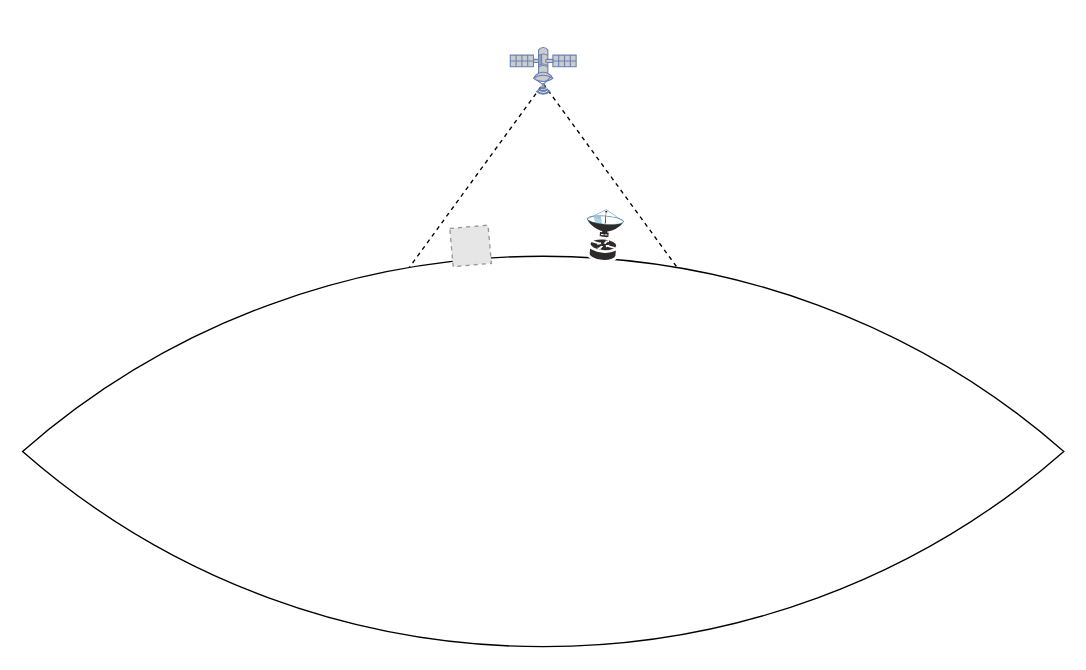
Before: Topology scenario 1.drawio in Mast3rwaf1z/p4, a draw.io diagram. Source tidied: cells renumbered, new cells numbered last; positions are measured from the earlier drawing's top-left corner, leaving out a move shared by most shapes. Both pictures are drawn from the tidied source at 137%, with x=0, y=0 at pixel (282, -70). Pictures stored in the file or linked from it are replaced by grey dashed boxes.
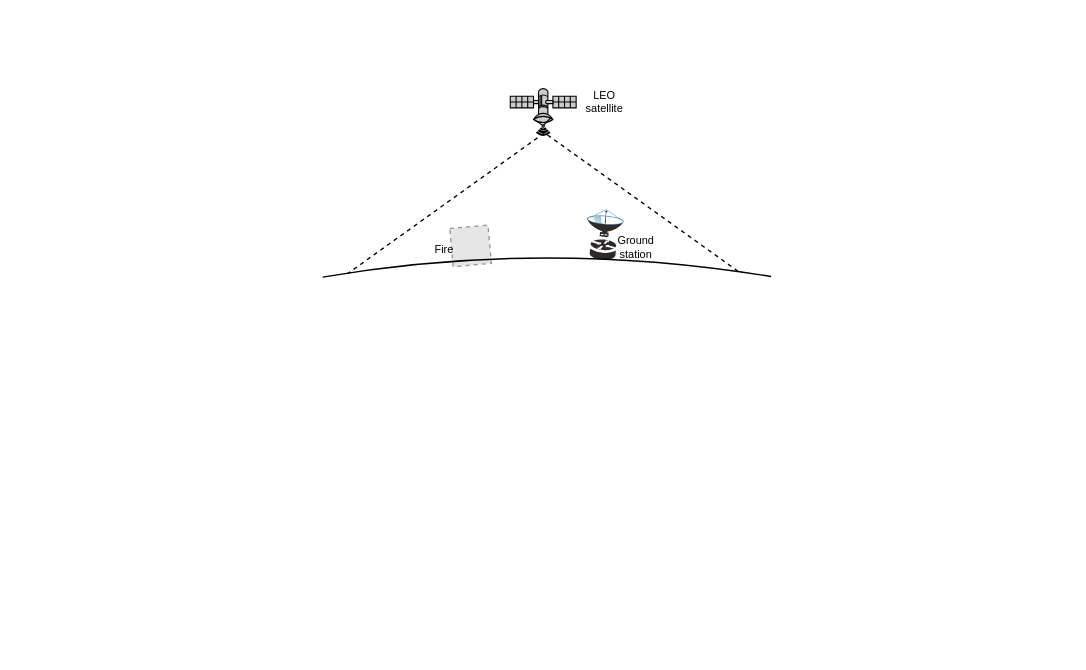
Above is the later version.

What changed in the source:
```diff
@@
 <mxGraphModel>
   <root>
     <mxCell id="0" />
     <mxCell id="1" parent="0" />
     <mxCell id="2" style="triangle;whiteSpace=wrap;html=1;fillColor=none;dashed=1;rotation=-90;" parent="1" vertex="1">
-      <mxGeometry x="110" y="75" width="160" height="233.1" as="geometry" />
+      <mxGeometry x="128.9" y="36" width="124.1" height="347" as="geometry" />
     </mxCell>
-    <mxCell id="3" style="whiteSpace=wrap;html=1;shape=mxgraph.basic.pointed_oval;fillColor=default;rotation=-90;" parent="1" vertex="1">
-      <mxGeometry width="380" height="760" as="geometry" />
-    </mxCell>
+    <mxCell id="7" style="ellipse;whiteSpace=wrap;html=1;fontSize=8;fillColor=default;strokeColor=none;" parent="1" vertex="1">
+      <mxGeometry x="-15" y="239" width="415" height="80" as="geometry" />
+    </mxCell>
-    <mxCell id="4" style="fontColor=#0066CC;verticalAlign=top;verticalLabelPosition=bottom;labelPosition=center;align=center;html=1;fillColor=#CCCCCC;strokeColor=#6881B3;gradientColor=none;gradientDirection=north;strokeWidth=2;shape=mxgraph.networks.satellite;rotation=-45;" parent="1" vertex="1">
-      <mxGeometry x="170" y="75" width="40" height="40" as="geometry" />
+    <mxCell id="4" style="fontColor=#0066CC;verticalAlign=top;verticalLabelPosition=bottom;labelPosition=center;align=center;html=1;fillColor=#CCCCCC;strokeColor=#000000;gradientColor=none;gradientDirection=north;strokeWidth=2;shape=mxgraph.networks.satellite;rotation=-45;" parent="1" vertex="1">
+      <mxGeometry x="170" y="105" width="40" height="40" as="geometry" />
     </mxCell>
     <mxCell id="5" style="fillColor=#E6E6E6;strokeColor=#999999;dashed=1;html=1;verticalAlign=top;verticalLabelPosition=bottom;labelBackgroundColor=#ffffff;rotation=-5;" parent="1" vertex="1">
       <mxGeometry x="123" y="216" width="28" height="28" as="geometry" />
     </mxCell>
     <mxCell id="6" style="shape=mxgraph.cisco.wireless.ground_terminal;html=1;dashed=0;fillColor=#2E2A2A;strokeColor=#ffffff;strokeWidth=2;verticalLabelPosition=bottom;verticalAlign=top;align=center;rotation=-85.4;direction=south;" parent="1" vertex="1">
       <mxGeometry x="215" y="208.5" width="39" height="26.5" as="geometry" />
     </mxCell>
+    <mxCell id="8" value="&lt;font style=&quot;font-size: 8px&quot;&gt;Fire&lt;/font&gt;" style="text;html=1;strokeColor=none;fillColor=none;align=center;verticalAlign=middle;whiteSpace=wrap;rounded=0;" parent="1" vertex="1">
+      <mxGeometry x="88" y="217" width="60" height="30" as="geometry" />
+    </mxCell>
+    <mxCell id="9" style="endArrow=none;html=1;fontSize=8;curved=1;exitX=0.106;exitY=0.172;exitDx=0;exitDy=0;exitPerimeter=0;entryX=0.895;entryY=0.167;entryDx=0;entryDy=0;entryPerimeter=0;" parent="1" edge="1" source="7" target="7">
+      <mxGeometry relative="1" as="geometry">
+        <Array as="points">
+          <mxPoint x="190" y="225" />
+        </Array>
+      </mxGeometry>
+    </mxCell>
+    <mxCell id="10" value="Ground&lt;br&gt;station" style="text;html=1;strokeColor=none;fillColor=none;align=center;verticalAlign=middle;whiteSpace=wrap;rounded=0;fontSize=8;" parent="1" vertex="1">
+      <mxGeometry x="228" y="216" width="60" height="30" as="geometry" />
+    </mxCell>
+    <mxCell id="11" value="&lt;div&gt;LEO&lt;/div&gt;&lt;div&gt;satellite&lt;br&gt;&lt;/div&gt;" style="text;html=1;strokeColor=none;fillColor=none;align=center;verticalAlign=middle;whiteSpace=wrap;rounded=0;fontSize=8;" parent="1" vertex="1">
+      <mxGeometry x="204.5" y="110" width="60" height="30" as="geometry" />
+    </mxCell>
   </root>
 </mxGraphModel>
```
